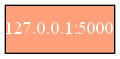
The Graphviz diagram ListaIP.png in juanpaestrada20/EDD_PY2_201800709, before a commit. Its source is kept beside it as ListaIP.dot.
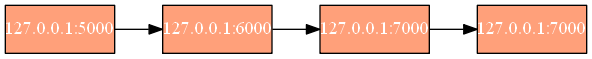
After the change.

Diff of the diagram source:
```diff
@@ -2,4 +2,10 @@
 rankdir=LR;
 node [margin=0 shape=box fillcolor=lightsalmon fontcolor=white style=filled];
 0[label="127.0.0.1:5000"];
+1[label="127.0.0.1:6000"];
+2[label="127.0.0.1:7000"];
+3[label="127.0.0.1:7000"];
+0->1;
+1->2;
+2->3;
 }
```
